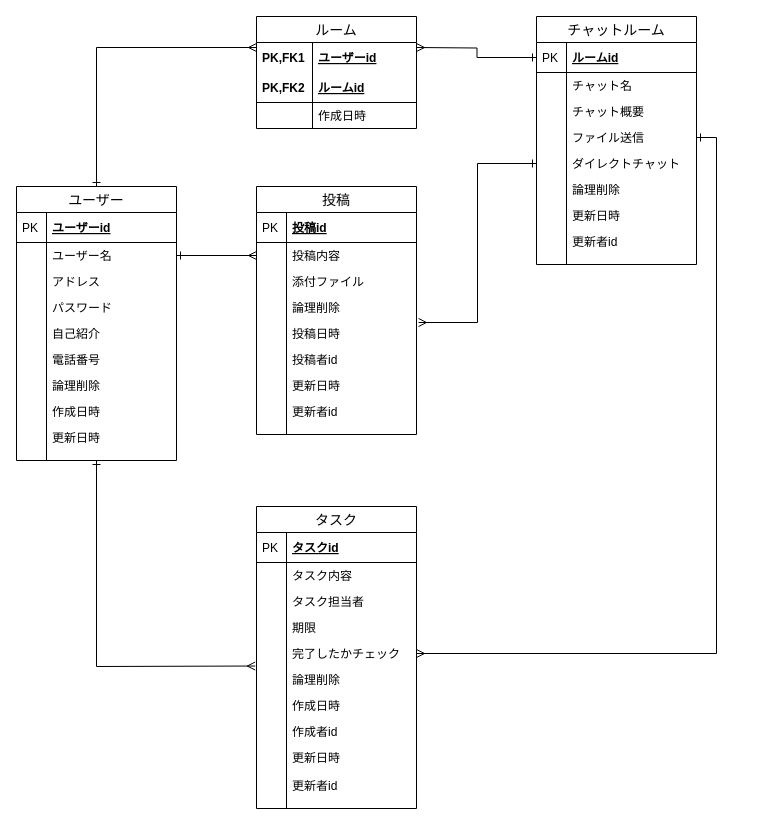
takumi98/quelcode-db keeps this draw.io diagram as db/db-challenge1/db-challenge1.drawio. Above is the earlier version. Source tidied: cells renumbered, new cells numbered last; positions are measured from the earlier drawing's top-left corner, leaving out a move shared by most shapes. Both pictures are drawn from the tidied source at 100%, with x=0, y=0 at pixel (16, 16).
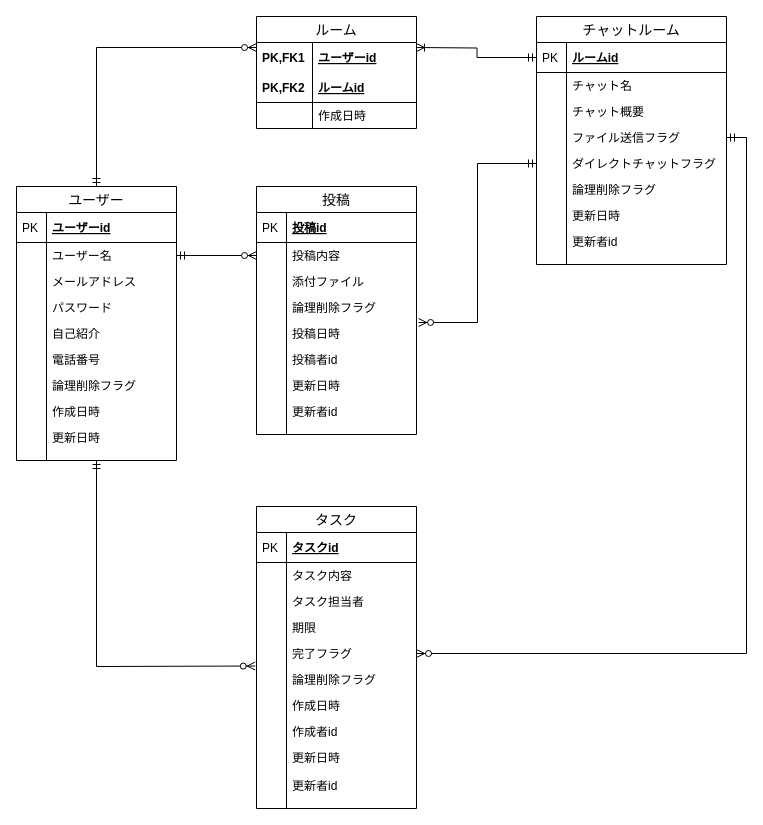
Above is the later version.

Commit message:
論理名をわかりやすいように編集、関連の0,1を追加

Unchanged cells that the change refers to:
```xml
<mxCell id="12" value="ユーザー" style="swimlane;fontStyle=0;horizontal=1;startSize=26;align=center;fontSize=14;" parent="1" vertex="1">
  <mxGeometry y="170" width="160" height="274" as="geometry" />
</mxCell>
<mxCell id="15" value="ユーザー名" style="shape=partialRectangle;top=0;left=0;right=0;bottom=0;align=left;verticalAlign=top;fillColor=none;spacingLeft=34;spacingRight=4;overflow=hidden;points=[[0,0.5],[1,0.5]];portConstraint=eastwest;fontSize=12;fontStyle=0;" parent="12" vertex="1">
  <mxGeometry y="56" width="160" height="26" as="geometry" />
</mxCell>
<mxCell id="33" value="投稿" style="swimlane;fontStyle=0;horizontal=1;startSize=26;align=center;fontSize=14;" parent="1" vertex="1">
  <mxGeometry x="240" y="170" width="160" height="248" as="geometry" />
</mxCell>
<mxCell id="36" value="投稿内容" style="shape=partialRectangle;top=0;left=0;right=0;bottom=0;align=left;verticalAlign=top;fillColor=none;spacingLeft=34;spacingRight=4;overflow=hidden;points=[[0,0.5],[1,0.5]];portConstraint=eastwest;fontSize=12;" parent="33" vertex="1">
  <mxGeometry y="56" width="160" height="26" as="geometry" />
</mxCell>
<mxCell id="42" value="投稿日時" style="shape=partialRectangle;top=0;left=0;right=0;bottom=0;align=left;verticalAlign=top;fillColor=none;spacingLeft=34;spacingRight=4;overflow=hidden;points=[[0,0.5],[1,0.5]];portConstraint=eastwest;fontSize=12;" parent="33" vertex="1">
  <mxGeometry y="134" width="160" height="26" as="geometry" />
</mxCell>
<mxCell id="53" value="タスク" style="swimlane;fontStyle=0;horizontal=1;startSize=26;align=center;fontSize=14;" parent="1" vertex="1">
  <mxGeometry x="240" y="490" width="160" height="302" as="geometry" />
</mxCell>
```

Diff of the diagram source:
```diff
@@
-    <mxCell id="2" style="edgeStyle=orthogonalEdgeStyle;rounded=0;jettySize=auto;html=1;endArrow=ERmany;endFill=0;startArrow=ERone;startFill=0;exitX=0.5;exitY=0;exitDx=0;exitDy=0;" parent="1" edge="1" source="12">
+    <mxCell id="2" style="edgeStyle=orthogonalEdgeStyle;rounded=0;jettySize=auto;html=1;endArrow=ERzeroToMany;endFill=1;startArrow=ERmandOne;startFill=0;exitX=0.5;exitY=0;exitDx=0;exitDy=0;" parent="1" edge="1" source="12">
       <mxGeometry relative="1" as="geometry">
         <mxPoint x="240" y="31" as="targetPoint" />
         <Array as="points">
           <mxPoint x="80" y="31" />
         </Array>
       </mxGeometry>
     </mxCell>
-    <mxCell id="3" style="edgeStyle=orthogonalEdgeStyle;rounded=0;jettySize=auto;html=1;endArrow=ERmany;endFill=0;startArrow=ERone;startFill=0;" parent="1" edge="1" source="77">
+    <mxCell id="3" style="edgeStyle=orthogonalEdgeStyle;rounded=0;jettySize=auto;html=1;endArrow=ERoneToMany;endFill=0;startArrow=ERmandOne;startFill=0;" parent="1" edge="1" source="77">
       <mxGeometry relative="1" as="geometry">
         <mxPoint x="400" y="31" as="targetPoint" />
       </mxGeometry>
     </mxCell>
@@
-    <mxCell id="11" style="edgeStyle=none;rounded=0;jettySize=auto;html=1;entryX=-0.008;entryY=0.982;entryDx=0;entryDy=0;entryPerimeter=0;startArrow=ERone;startFill=0;endArrow=ERmany;endFill=0;" parent="1" edge="1" source="12" target="62">
+    <mxCell id="11" style="edgeStyle=none;rounded=0;jettySize=auto;html=1;entryX=-0.008;entryY=0.982;entryDx=0;entryDy=0;entryPerimeter=0;startArrow=ERmandOne;startFill=0;endArrow=ERzeroToMany;endFill=1;" parent="1" edge="1" source="12" target="62">
       <mxGeometry relative="1" as="geometry">
         <Array as="points">
           <mxPoint x="80" y="650" />
         </Array>
       </mxGeometry>
     </mxCell>
@@
-    <mxCell id="17" value="アドレス" style="shape=partialRectangle;top=0;left=0;right=0;bottom=0;align=left;verticalAlign=top;fillColor=none;spacingLeft=34;spacingRight=4;overflow=hidden;fontSize=12;" parent="12" vertex="1">
+    <mxCell id="17" value="メールアドレス" style="shape=partialRectangle;top=0;left=0;right=0;bottom=0;align=left;verticalAlign=top;fillColor=none;spacingLeft=34;spacingRight=4;overflow=hidden;fontSize=12;" parent="12" vertex="1">
       <mxGeometry y="82" width="160" height="26" as="geometry" />
     </mxCell>
@@
-    <mxCell id="25" value="論理削除" style="shape=partialRectangle;top=0;left=0;right=0;bottom=0;align=left;verticalAlign=top;fillColor=none;spacingLeft=34;spacingRight=4;overflow=hidden;fontSize=12;" parent="12" vertex="1">
+    <mxCell id="25" value="論理削除フラグ" style="shape=partialRectangle;top=0;left=0;right=0;bottom=0;align=left;verticalAlign=top;fillColor=none;spacingLeft=34;spacingRight=4;overflow=hidden;fontSize=12;" parent="12" vertex="1">
       <mxGeometry y="186" width="160" height="26" as="geometry" />
     </mxCell>
@@
-    <mxCell id="40" value="論理削除" style="shape=partialRectangle;top=0;left=0;right=0;bottom=0;align=left;verticalAlign=top;fillColor=none;spacingLeft=34;spacingRight=4;overflow=hidden;fontSize=12;" parent="33" vertex="1">
+    <mxCell id="40" value="論理削除フラグ" style="shape=partialRectangle;top=0;left=0;right=0;bottom=0;align=left;verticalAlign=top;fillColor=none;spacingLeft=34;spacingRight=4;overflow=hidden;fontSize=12;" parent="33" vertex="1">
       <mxGeometry y="108" width="160" height="26" as="geometry" />
     </mxCell>
@@
-    <mxCell id="52" style="edgeStyle=none;rounded=0;jettySize=auto;html=1;exitX=1;exitY=0.5;exitDx=0;exitDy=0;entryX=0;entryY=0.5;entryDx=0;entryDy=0;startArrow=ERone;startFill=0;endArrow=ERmany;endFill=0;" parent="1" edge="1" source="15" target="36">
+    <mxCell id="52" style="edgeStyle=none;rounded=0;jettySize=auto;html=1;exitX=1;exitY=0.5;exitDx=0;exitDy=0;entryX=0;entryY=0.5;entryDx=0;entryDy=0;startArrow=ERmandOne;startFill=0;endArrow=ERzeroToMany;endFill=1;" parent="1" edge="1" source="15" target="36">
       <mxGeometry relative="1" as="geometry" />
     </mxCell>
@@
-    <mxCell id="62" value="完了したかチェック" style="shape=partialRectangle;top=0;left=0;right=0;bottom=0;align=left;verticalAlign=top;fillColor=none;spacingLeft=34;spacingRight=4;overflow=hidden;points=[[0,0.5],[1,0.5]];portConstraint=eastwest;fontSize=12;" parent="53" vertex="1">
+    <mxCell id="62" value="完了フラグ" style="shape=partialRectangle;top=0;left=0;right=0;bottom=0;align=left;verticalAlign=top;fillColor=none;spacingLeft=34;spacingRight=4;overflow=hidden;points=[[0,0.5],[1,0.5]];portConstraint=eastwest;fontSize=12;" parent="53" vertex="1">
       <mxGeometry y="134" width="160" height="26" as="geometry" />
     </mxCell>
@@
-    <mxCell id="64" value="論理削除" style="shape=partialRectangle;top=0;left=0;right=0;bottom=0;align=left;verticalAlign=top;fillColor=none;spacingLeft=34;spacingRight=4;overflow=hidden;fontSize=12;" parent="53" vertex="1">
+    <mxCell id="64" value="論理削除フラグ" style="shape=partialRectangle;top=0;left=0;right=0;bottom=0;align=left;verticalAlign=top;fillColor=none;spacingLeft=34;spacingRight=4;overflow=hidden;fontSize=12;" parent="53" vertex="1">
       <mxGeometry y="160" width="160" height="26" as="geometry" />
     </mxCell>
@@
     <mxCell id="76" value="チャットルーム" style="swimlane;fontStyle=0;horizontal=1;startSize=26;align=center;fontSize=14;" parent="1" vertex="1">
-      <mxGeometry x="520" width="160" height="248" as="geometry" />
+      <mxGeometry x="520" width="190" height="248" as="geometry" />
     </mxCell>
     <mxCell id="77" value="ルームid" style="shape=partialRectangle;top=0;left=0;right=0;bottom=1;align=left;verticalAlign=middle;fillColor=none;spacingLeft=34;spacingRight=4;overflow=hidden;points=[[0,0.5],[1,0.5]];portConstraint=eastwest;fontStyle=5;fontSize=12;" parent="76" vertex="1">
-      <mxGeometry y="26" width="160" height="30" as="geometry" />
+      <mxGeometry y="26" width="190" height="30" as="geometry" />
     </mxCell>
@@
     <mxCell id="79" value="チャット名" style="shape=partialRectangle;top=0;left=0;right=0;bottom=0;align=left;verticalAlign=top;fillColor=none;spacingLeft=34;spacingRight=4;overflow=hidden;fontSize=12;fontStyle=0;" parent="76" vertex="1">
-      <mxGeometry y="56" width="160" height="26" as="geometry" />
+      <mxGeometry y="56" width="190" height="26" as="geometry" />
     </mxCell>
@@
     <mxCell id="81" value="チャット概要" style="shape=partialRectangle;top=0;left=0;right=0;bottom=0;align=left;verticalAlign=top;fillColor=none;spacingLeft=34;spacingRight=4;overflow=hidden;fontSize=12;" parent="76" vertex="1">
-      <mxGeometry y="82" width="160" height="26" as="geometry" />
+      <mxGeometry y="82" width="190" height="26" as="geometry" />
     </mxCell>
@@
-    <mxCell id="83" value="ファイル送信" style="shape=partialRectangle;top=0;left=0;right=0;bottom=0;align=left;verticalAlign=top;fillColor=none;spacingLeft=34;spacingRight=4;overflow=hidden;points=[[0,0.5],[1,0.5]];portConstraint=eastwest;fontSize=12;" parent="76" vertex="1">
-      <mxGeometry y="108" width="160" height="26" as="geometry" />
+    <mxCell id="83" value="ファイル送信フラグ" style="shape=partialRectangle;top=0;left=0;right=0;bottom=0;align=left;verticalAlign=top;fillColor=none;spacingLeft=34;spacingRight=4;overflow=hidden;points=[[0,0.5],[1,0.5]];portConstraint=eastwest;fontSize=12;" parent="76" vertex="1">
+      <mxGeometry y="108" width="190" height="26" as="geometry" />
     </mxCell>
@@
-    <mxCell id="85" value="ダイレクトチャット" style="shape=partialRectangle;top=0;left=0;right=0;bottom=0;align=left;verticalAlign=top;fillColor=none;spacingLeft=34;spacingRight=4;overflow=hidden;points=[[0,0.5],[1,0.5]];portConstraint=eastwest;fontSize=12;" parent="76" vertex="1">
-      <mxGeometry y="134" width="160" height="26" as="geometry" />
+    <mxCell id="85" value="ダイレクトチャットフラグ" style="shape=partialRectangle;top=0;left=0;right=0;bottom=0;align=left;verticalAlign=top;fillColor=none;spacingLeft=34;spacingRight=4;overflow=hidden;points=[[0,0.5],[1,0.5]];portConstraint=eastwest;fontSize=12;" parent="76" vertex="1">
+      <mxGeometry y="134" width="190" height="26" as="geometry" />
     </mxCell>
@@
-    <mxCell id="87" value="論理削除" style="shape=partialRectangle;top=0;left=0;right=0;bottom=0;align=left;verticalAlign=top;fillColor=none;spacingLeft=34;spacingRight=4;overflow=hidden;fontSize=12;" parent="76" vertex="1">
-      <mxGeometry y="160" width="160" height="26" as="geometry" />
+    <mxCell id="87" value="論理削除フラグ" style="shape=partialRectangle;top=0;left=0;right=0;bottom=0;align=left;verticalAlign=top;fillColor=none;spacingLeft=34;spacingRight=4;overflow=hidden;fontSize=12;" parent="76" vertex="1">
+      <mxGeometry y="160" width="190" height="26" as="geometry" />
     </mxCell>
@@
     <mxCell id="89" value="更新日時" style="shape=partialRectangle;top=0;left=0;right=0;bottom=0;align=left;verticalAlign=top;fillColor=none;spacingLeft=34;spacingRight=4;overflow=hidden;fontSize=12;" parent="76" vertex="1">
-      <mxGeometry y="186" width="160" height="26" as="geometry" />
+      <mxGeometry y="186" width="190" height="26" as="geometry" />
     </mxCell>
@@
     <mxCell id="91" value="更新者id" style="shape=partialRectangle;top=0;left=0;right=0;bottom=0;align=left;verticalAlign=top;fillColor=none;spacingLeft=34;spacingRight=4;overflow=hidden;fontSize=12;" parent="76" vertex="1">
-      <mxGeometry y="212" width="160" height="26" as="geometry" />
+      <mxGeometry y="212" width="190" height="26" as="geometry" />
     </mxCell>
@@
     <mxCell id="93" style="shape=partialRectangle;top=0;left=0;right=0;bottom=0;align=left;verticalAlign=top;fillColor=none;spacingLeft=34;spacingRight=4;overflow=hidden;fontSize=12;" parent="76" vertex="1">
-      <mxGeometry y="238" width="160" height="10" as="geometry" />
+      <mxGeometry y="238" width="190" height="10" as="geometry" />
     </mxCell>
@@
-    <mxCell id="96" style="edgeStyle=elbowEdgeStyle;rounded=0;jettySize=auto;html=1;exitX=0;exitY=0.5;exitDx=0;exitDy=0;entryX=1.013;entryY=0.077;entryDx=0;entryDy=0;startArrow=ERone;startFill=0;endArrow=ERmany;endFill=0;entryPerimeter=0;" parent="1" edge="1" source="85" target="42">
+    <mxCell id="96" style="edgeStyle=elbowEdgeStyle;rounded=0;jettySize=auto;html=1;exitX=0;exitY=0.5;exitDx=0;exitDy=0;entryX=1.013;entryY=0.077;entryDx=0;entryDy=0;startArrow=ERmandOne;startFill=0;endArrow=ERzeroToMany;endFill=1;entryPerimeter=0;" parent="1" edge="1" source="85" target="42">
       <mxGeometry relative="1" as="geometry" />
     </mxCell>
-    <mxCell id="97" style="edgeStyle=orthogonalEdgeStyle;rounded=0;jettySize=auto;html=1;exitX=1;exitY=0.5;exitDx=0;exitDy=0;startArrow=ERmany;startFill=0;endArrow=ERone;endFill=0;entryX=1;entryY=0.5;entryDx=0;entryDy=0;" parent="1" edge="1" source="62" target="83">
+    <mxCell id="97" style="edgeStyle=orthogonalEdgeStyle;rounded=0;jettySize=auto;html=1;exitX=1;exitY=0.5;exitDx=0;exitDy=0;startArrow=ERzeroToMany;startFill=1;endArrow=ERmandOne;endFill=0;entryX=1;entryY=0.5;entryDx=0;entryDy=0;" parent="1" edge="1" source="62" target="83">
       <mxGeometry relative="1" as="geometry" />
     </mxCell>
```
